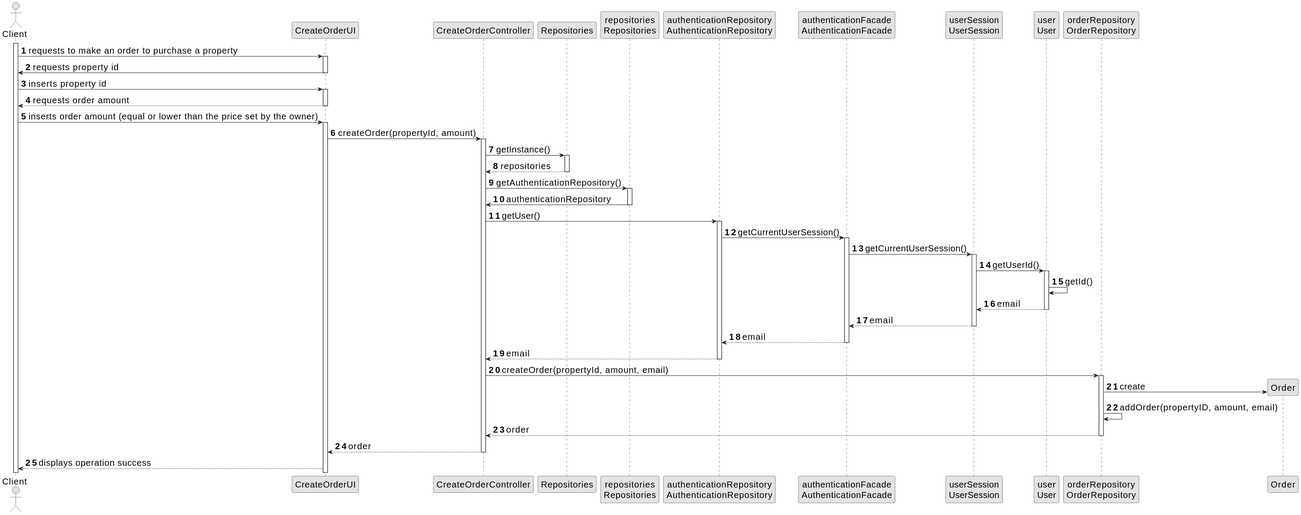
The PlantUML diagram docs/sprintC/us010/03.design/svg/us010-sequence-diagram-full.svg in Goncalves2525/real-estate-management-system, before a commit.
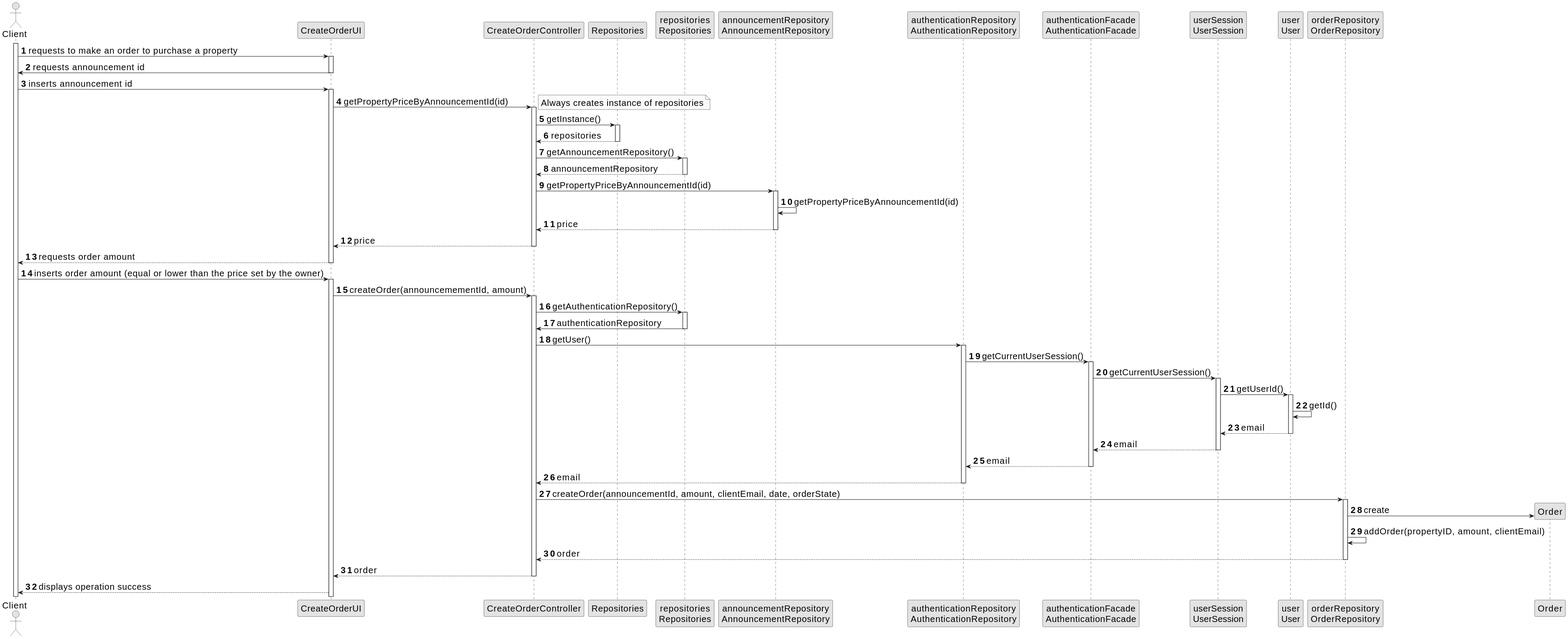
Later version of the same file.

Change to the diagram source:
```diff
@@ -11,6 +11,7 @@
 participant "CreateOrderController" as ctrl
 participant "Repositories" as REPOS
 participant "repositories\nRepositories" as repos
+participant "announcementRepository\nAnnouncementRepository" as AnnouncementRepository
 participant "authenticationRepository\nAuthenticationRepository" as AuthenticationRepository
 participant "authenticationFacade\nAuthenticationFacade" as AuthenticationFacade
 participant "userSession\nUserSession" as UserSession
@@ -26,11 +27,43 @@
     client -> ui : requests to make an order to purchase a property
     activate ui
 
-    ui -> client : requests property id
+    ui -> client : requests announcement id
     deactivate ui
 
-    client -> ui : inserts property id
+    client -> ui : inserts announcement id
     activate ui
+
+    ui -> ctrl : getPropertyPriceByAnnouncementId(id)
+    activate ctrl
+
+    note right
+        Always creates instance of repositories
+    end note
+    ctrl -> REPOS : getInstance()
+    activate REPOS
+
+    REPOS --> ctrl : repositories
+    deactivate REPOS
+
+
+
+    ctrl -> repos : getAnnouncementRepository()
+    activate repos
+
+    repos --> ctrl : announcementRepository
+    deactivate repos
+
+    ctrl -> AnnouncementRepository : getPropertyPriceByAnnouncementId(id)
+    activate AnnouncementRepository
+
+    AnnouncementRepository -> AnnouncementRepository : getPropertyPriceByAnnouncementId(id)
+
+    AnnouncementRepository --> ctrl : price
+    deactivate AnnouncementRepository
+
+    ctrl --> ui : price
+    deactivate ctrl
+
 
     ui --> client : requests order amount
     deactivate ui
@@ -38,14 +71,9 @@
     client -> ui : inserts order amount (equal or lower than the price set by the owner)
     activate ui
 
-    ui -> ctrl : createOrder(propertyId, amount)
+    ui -> ctrl : createOrder(announcemementId, amount)
     activate ctrl
 
-    ctrl -> REPOS : getInstance()
-    activate REPOS
-
-    REPOS --> ctrl : repositories
-    deactivate REPOS
 
     ctrl -> repos : getAuthenticationRepository()
     activate repos
@@ -79,12 +107,12 @@
     AuthenticationRepository --> ctrl : email
     deactivate AuthenticationRepository
 
-    ctrl -> OrderRepository : createOrder(propertyId, amount, email)
+    ctrl -> OrderRepository : createOrder(announcementId, amount, clientEmail, date, orderState)
     activate OrderRepository
 
     OrderRepository -> Order** : create
 
-    OrderRepository -> OrderRepository : addOrder(propertyID, amount, email)
+    OrderRepository -> OrderRepository : addOrder(propertyID, amount, clientEmail)
 
     OrderRepository --> ctrl : order
     deactivate OrderRepository
```
